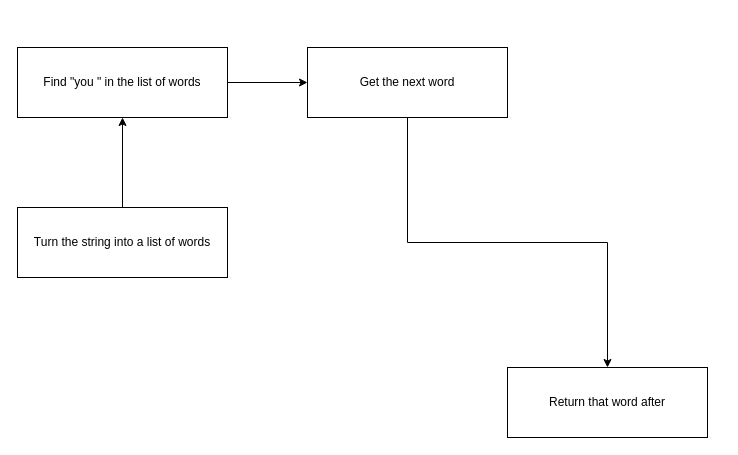
The draw.io diagram After You.drawio in frqubit/diagrams, before the edit. Source tidied: cells renumbered, new cells numbered last; positions are measured from the earlier drawing's top-left corner, leaving out a move shared by most shapes. Both pictures are drawn from the tidied source at 100%, with x=0, y=0 at pixel (17, 47).
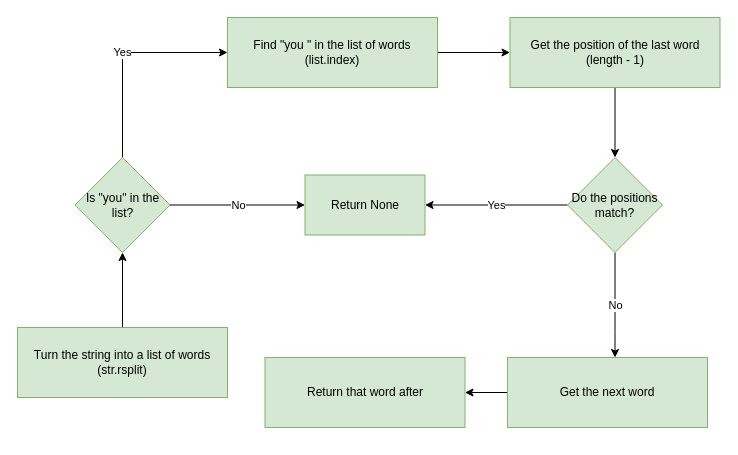
After the change.

The edit, as a diff of the source:
```diff
@@
-    <mxCell id="2" style="edgeStyle=orthogonalEdgeStyle;rounded=0;jettySize=auto;html=1;" parent="1" edge="1" source="3" target="5">
-      <mxGeometry relative="1" as="geometry" />
-    </mxCell>
+    <mxCell id="9" style="edgeStyle=orthogonalEdgeStyle;rounded=0;jettySize=auto;html=1;" parent="1" edge="1" source="3" target="19">
+      <mxGeometry relative="1" as="geometry" />
+    </mxCell>
-    <mxCell id="3" value="Find &quot;you &quot; in the list of words" style="rounded=0;whiteSpace=wrap;html=1;" parent="1" vertex="1">
-      <mxGeometry width="210" height="70" as="geometry" />
+    <mxCell id="3" value="&lt;div&gt;Find &quot;you &quot; in the list of words&lt;/div&gt;&lt;div&gt;(list.index)&lt;/div&gt;" style="rounded=0;whiteSpace=wrap;html=1;fillColor=#d5e8d4;strokeColor=#82b366;" parent="1" vertex="1">
+      <mxGeometry x="210" y="-30" width="210" height="70" as="geometry" />
     </mxCell>
@@
-    <mxCell id="5" value="Get the next word" style="rounded=0;whiteSpace=wrap;html=1;" parent="1" vertex="1">
-      <mxGeometry x="290" width="200" height="70" as="geometry" />
+    <mxCell id="5" value="Get the next word" style="rounded=0;whiteSpace=wrap;html=1;fillColor=#d5e8d4;strokeColor=#82b366;" parent="1" vertex="1">
+      <mxGeometry x="490" y="310" width="200" height="70" as="geometry" />
     </mxCell>
-    <mxCell id="6" value="Return that word after" style="rounded=0;whiteSpace=wrap;html=1;" parent="1" vertex="1">
-      <mxGeometry x="490" y="320" width="200" height="70" as="geometry" />
+    <mxCell id="6" value="Return that word after" style="rounded=0;whiteSpace=wrap;html=1;fillColor=#d5e8d4;strokeColor=#82b366;" parent="1" vertex="1">
+      <mxGeometry x="247.5" y="310" width="200" height="70" as="geometry" />
     </mxCell>
-    <mxCell id="7" style="edgeStyle=orthogonalEdgeStyle;rounded=0;jettySize=auto;html=1;" parent="1" edge="1" source="8" target="3">
-      <mxGeometry relative="1" as="geometry" />
-    </mxCell>
+    <mxCell id="10" style="edgeStyle=orthogonalEdgeStyle;rounded=0;jettySize=auto;html=1;entryX=0.5;entryY=1;entryDx=0;entryDy=0;" parent="1" edge="1" source="8" target="13">
+      <mxGeometry relative="1" as="geometry" />
+    </mxCell>
-    <mxCell id="8" value="Turn the string into a list of words" style="rounded=0;whiteSpace=wrap;html=1;" parent="1" vertex="1">
-      <mxGeometry y="160" width="210" height="70" as="geometry" />
+    <mxCell id="8" value="&lt;div&gt;Turn the string into a list of words&lt;/div&gt;(str.rsplit)" style="rounded=0;whiteSpace=wrap;html=1;fillColor=#d5e8d4;strokeColor=#82b366;" parent="1" vertex="1">
+      <mxGeometry y="280" width="210" height="70" as="geometry" />
     </mxCell>
+    <mxCell id="11" value="No" style="edgeStyle=orthogonalEdgeStyle;rounded=0;jettySize=auto;html=1;" parent="1" edge="1" source="13" target="14">
+      <mxGeometry relative="1" as="geometry" />
+    </mxCell>
+    <mxCell id="12" value="Yes" style="edgeStyle=orthogonalEdgeStyle;rounded=0;jettySize=auto;html=1;entryX=0;entryY=0.5;entryDx=0;entryDy=0;" parent="1" edge="1" source="13" target="3">
+      <mxGeometry relative="1" as="geometry">
+        <Array as="points">
+          <mxPoint x="105" y="5" />
+        </Array>
+      </mxGeometry>
+    </mxCell>
+    <mxCell id="13" value="Is &quot;you&quot; in the list?" style="rhombus;whiteSpace=wrap;html=1;rounded=0;fillColor=#d5e8d4;strokeColor=#82b366;" parent="1" vertex="1">
+      <mxGeometry x="57.5" y="110" width="95" height="95" as="geometry" />
+    </mxCell>
+    <mxCell id="14" value="Return None" style="whiteSpace=wrap;html=1;rounded=0;fillColor=#d5e8d4;strokeColor=#82b366;" parent="1" vertex="1">
+      <mxGeometry x="287.5" y="127.5" width="120" height="60" as="geometry" />
+    </mxCell>
+    <mxCell id="15" value="No" style="edgeStyle=orthogonalEdgeStyle;rounded=0;jettySize=auto;html=1;" parent="1" edge="1" source="17" target="5">
+      <mxGeometry relative="1" as="geometry">
+        <Array as="points">
+          <mxPoint x="598" y="284" />
+          <mxPoint x="598" y="284" />
+        </Array>
+      </mxGeometry>
+    </mxCell>
+    <mxCell id="16" value="Yes" style="edgeStyle=orthogonalEdgeStyle;rounded=0;jettySize=auto;html=1;" parent="1" edge="1" source="17" target="14">
+      <mxGeometry relative="1" as="geometry" />
+    </mxCell>
+    <mxCell id="17" value="Do the positions match?" style="rhombus;whiteSpace=wrap;html=1;rounded=0;fillColor=#d5e8d4;strokeColor=#82b366;" parent="1" vertex="1">
+      <mxGeometry x="550" y="110" width="95" height="95" as="geometry" />
+    </mxCell>
+    <mxCell id="18" style="edgeStyle=orthogonalEdgeStyle;rounded=0;jettySize=auto;html=1;" parent="1" edge="1" source="19" target="17">
+      <mxGeometry relative="1" as="geometry" />
+    </mxCell>
+    <mxCell id="19" value="&lt;div&gt;Get the position of the last word&lt;/div&gt;(length - 1)" style="rounded=0;whiteSpace=wrap;html=1;fillColor=#d5e8d4;strokeColor=#82b366;" parent="1" vertex="1">
+      <mxGeometry x="492.5" y="-30" width="210" height="70" as="geometry" />
+    </mxCell>
```
